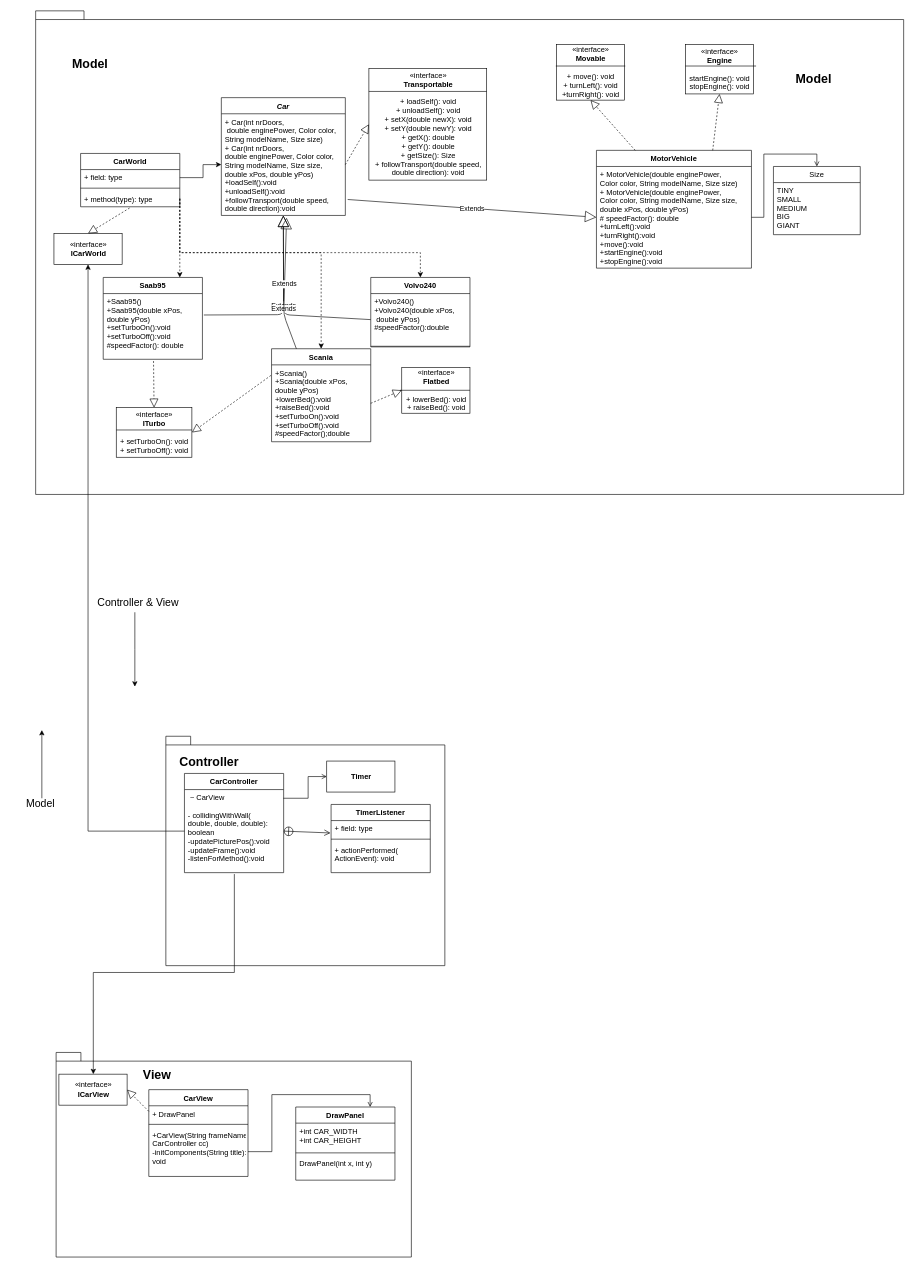
The draw.io diagram Labb2Nicer.drawio in FHanberg/Labb-2-Del-B, before the edit. Source tidied: cells renumbered, new cells numbered last; positions are measured from the earlier drawing's top-left corner, leaving out a move shared by most shapes. Both pictures are drawn from the tidied source at 62%, with x=0, y=0 at pixel (11, 11).
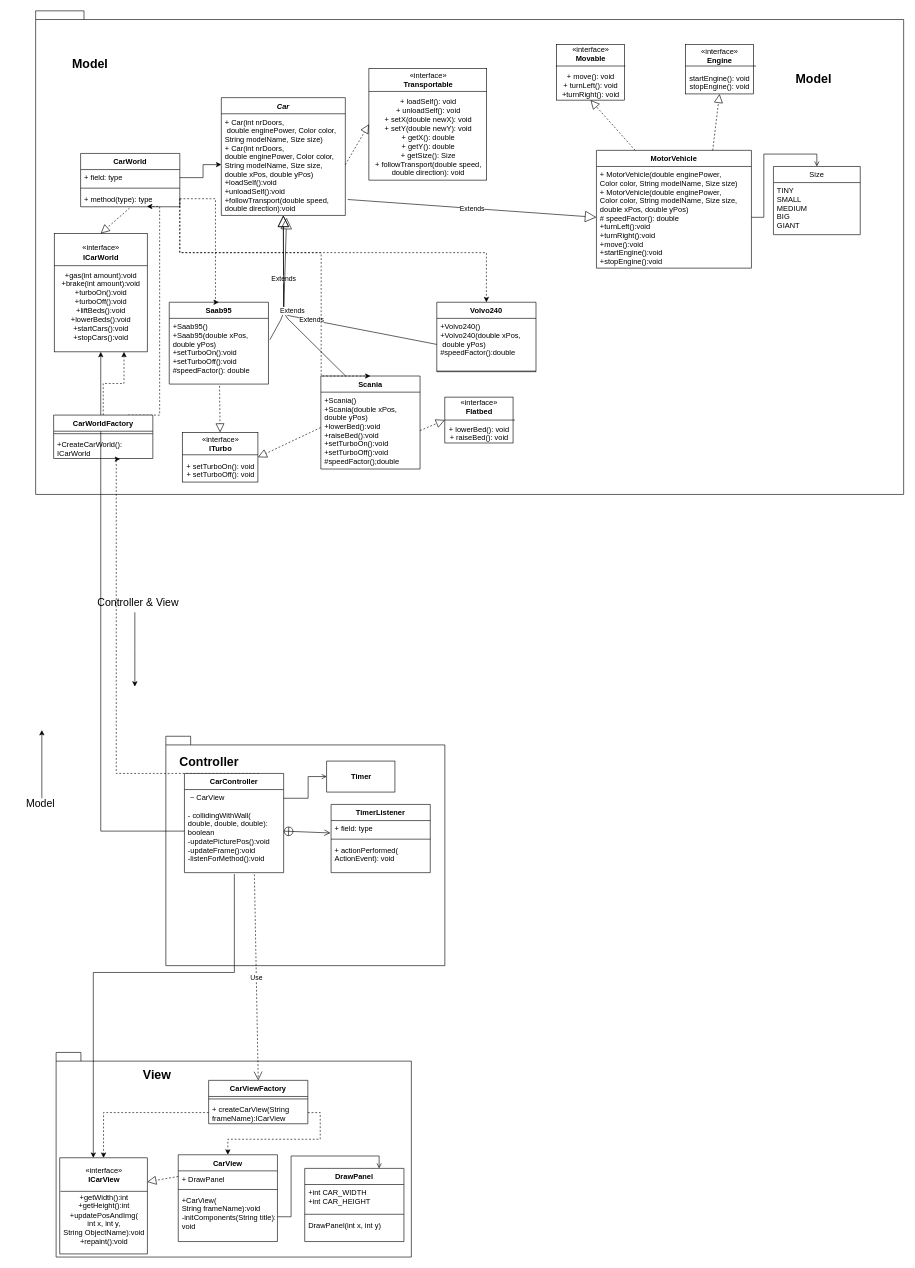
Above is the later version.

Unchanged cells that the change refers to:
```xml
<mxCell id="6" value="+ Car(int nrDoors,&#10; double enginePower, Color color, &#10;String modelName, Size size)&#10;+ Car(int nrDoors, &#10;double enginePower, Color color, &#10;String modelName, Size size,&#10;double xPos, double yPos)&#10;+loadSelf():void&#10;+unloadSelf():void&#10;+followTransport(double speed,&#10;double direction):void " style="text;strokeColor=none;fillColor=none;align=left;verticalAlign=top;spacingLeft=4;spacingRight=4;overflow=hidden;points=[[0,0.5],[1,0.5]];portConstraint=eastwest;" parent="5" vertex="1">
  <mxGeometry y="26" width="200" height="164" as="geometry" />
</mxCell>
<mxCell id="24" value="+Scania()&#10;+Scania(double xPos, &#10;double yPos)&#10;+lowerBed():void&#10;+raiseBed():void&#10;+setTurboOn():void&#10;+setTurboOff():void&#10;#speedFactor();double" style="text;strokeColor=none;fillColor=none;align=left;verticalAlign=top;spacingLeft=4;spacingRight=4;overflow=hidden;points=[[0,0.5],[1,0.5]];portConstraint=eastwest;" parent="23" vertex="1">
  <mxGeometry y="26" width="160" height="124" as="geometry" />
</mxCell>
<mxCell id="38" value="CarController" style="swimlane;fontStyle=1;align=center;verticalAlign=top;horizontal=1;startSize=26;" parent="1" vertex="1">
  <mxGeometry x="280" y="1230" width="160" height="160" as="geometry" />
</mxCell>
<mxCell id="39" value=" ~ CarView&#10;&#10;- collidingWithWall(&#10;double, double, double): &#10;boolean&#10;-updatePicturePos():void&#10;-updateFrame():void&#10;-listenForMethod():void" style="text;strokeColor=none;fillColor=none;align=left;verticalAlign=top;spacingLeft=4;spacingRight=4;overflow=hidden;points=[[0,0.5],[1,0.5]];portConstraint=eastwest;" parent="38" vertex="1">
  <mxGeometry y="26" width="160" height="134" as="geometry" />
</mxCell>
<mxCell id="56" value="+ method(type): type" style="text;strokeColor=none;fillColor=none;align=left;verticalAlign=top;spacingLeft=4;spacingRight=4;overflow=hidden;points=[[0,0.5],[1,0.5]];portConstraint=eastwest;" parent="53" vertex="1">
  <mxGeometry y="60" width="160" height="26" as="geometry" />
</mxCell>
```

Change to the diagram source:
```diff
@@
     <mxCell id="8" value="«interface»&lt;br&gt;&lt;b&gt;ITurbo&lt;/b&gt;&lt;br&gt;&lt;br&gt;+ setTurboOn(): void&lt;br&gt;+ setTurboOff(): void" style="html=1;" parent="1" vertex="1">
-      <mxGeometry x="170" y="640" width="122" height="80" as="geometry" />
+      <mxGeometry x="276.5" y="680" width="122" height="80" as="geometry" />
     </mxCell>
     <mxCell id="9" value="«interface»&lt;br&gt;&lt;b&gt;Flatbed&lt;/b&gt;&lt;br&gt;&lt;br&gt;+ lowerBed(): void&lt;br&gt;+ raiseBed(): void" style="html=1;" parent="1" vertex="1">
-      <mxGeometry x="630.5" y="575" width="110" height="74" as="geometry" />
+      <mxGeometry x="700" y="623" width="110" height="74" as="geometry" />
     </mxCell>
@@
     <mxCell id="16" value="Saab95" style="swimlane;fontStyle=1;align=center;verticalAlign=top;horizontal=1;startSize=26;" parent="1" vertex="1">
-      <mxGeometry x="149" y="430" width="160" height="132" as="geometry" />
+      <mxGeometry x="255.5" y="470" width="160" height="132" as="geometry" />
     </mxCell>
@@
     <mxCell id="20" value="Volvo240" style="swimlane;fontStyle=1;align=center;verticalAlign=top;horizontal=1;startSize=26;" parent="1" vertex="1">
-      <mxGeometry x="580.5" y="430" width="160" height="112" as="geometry" />
+      <mxGeometry x="687" y="470" width="160" height="112" as="geometry" />
     </mxCell>
@@
     <mxCell id="23" value="Scania" style="swimlane;fontStyle=1;align=center;verticalAlign=top;horizontal=1;startSize=26;" parent="1" vertex="1">
-      <mxGeometry x="420.5" y="545" width="160" height="150" as="geometry" />
+      <mxGeometry x="500" y="589" width="160" height="150" as="geometry" />
     </mxCell>
@@
     <mxCell id="26" value="Extends" style="endArrow=block;endSize=16;endFill=0;html=1;exitX=0.25;exitY=0;exitDx=0;exitDy=0;entryX=0.526;entryY=1.022;entryDx=0;entryDy=0;entryPerimeter=0;" parent="1" edge="1" source="23" target="6">
-      <mxGeometry relative="1" as="geometry">
+      <mxGeometry x="-0.01" y="-14" relative="1" as="geometry">
         <Array as="points">
           <mxPoint x="440" y="490" />
         </Array>
       </mxGeometry>
     </mxCell>
@@
-    <mxCell id="28" style="endArrow=block;dashed=1;endFill=0;endSize=12;html=1;entryX=1;entryY=0.5;entryDx=0;entryDy=0;" parent="1" edge="1" target="8">
-      <mxGeometry relative="1" as="geometry">
-        <mxPoint x="419.5" y="588" as="sourcePoint" />
-      </mxGeometry>
+    <mxCell id="28" style="endArrow=block;dashed=1;endFill=0;endSize=12;html=1;entryX=1;entryY=0.5;entryDx=0;entryDy=0;exitX=-0.003;exitY=0.461;exitDx=0;exitDy=0;exitPerimeter=0;" parent="1" edge="1" source="24" target="8">
+      <mxGeometry relative="1" as="geometry" />
     </mxCell>
@@
     <mxCell id="34" value="CarView" style="swimlane;fontStyle=1;align=center;verticalAlign=top;horizontal=1;startSize=26;" parent="1" vertex="1">
-      <mxGeometry x="222.5" y="1740" width="160" height="140" as="geometry" />
+      <mxGeometry x="270" y="1845" width="160" height="140" as="geometry" />
     </mxCell>
@@
-    <mxCell id="37" value="+CarView(String frameName,&#10;CarController cc)&#10;-initComponents(String title):&#10;void" style="text;strokeColor=none;fillColor=none;align=left;verticalAlign=top;spacingLeft=4;spacingRight=4;overflow=hidden;points=[[0,0.5],[1,0.5]];portConstraint=eastwest;" parent="34" vertex="1">
+    <mxCell id="37" value="+CarView(&#10;String frameName):void&#10;-initComponents(String title):&#10;void" style="text;strokeColor=none;fillColor=none;align=left;verticalAlign=top;spacingLeft=4;spacingRight=4;overflow=hidden;points=[[0,0.5],[1,0.5]];portConstraint=eastwest;" parent="34" vertex="1">
       <mxGeometry y="60" width="160" height="80" as="geometry" />
     </mxCell>
+    <mxCell id="79" style="edgeStyle=orthogonalEdgeStyle;rounded=0;jettySize=auto;html=1;exitX=0.75;exitY=0;exitDx=0;exitDy=0;dashed=1;entryX=0.67;entryY=1.028;entryDx=0;entryDy=0;entryPerimeter=0;" parent="1" edge="1" source="38" target="90">
+      <mxGeometry relative="1" as="geometry">
+        <Array as="points">
+          <mxPoint x="170" y="1230" />
+          <mxPoint x="170" y="723" />
+        </Array>
+      </mxGeometry>
+    </mxCell>
@@
     <mxCell id="41" value="DrawPanel" style="swimlane;fontStyle=1;align=center;verticalAlign=top;horizontal=1;startSize=26;" parent="1" vertex="1">
-      <mxGeometry x="459.5" y="1768" width="160" height="118" as="geometry" />
+      <mxGeometry x="474" y="1867" width="160" height="118" as="geometry" />
     </mxCell>
@@
-    <mxCell id="50" value="«interface»&lt;br&gt;&lt;b&gt;ICarView&lt;/b&gt;" style="html=1;" parent="1" vertex="1">
-      <mxGeometry x="77.5" y="1715" width="110" height="50" as="geometry" />
+    <mxCell id="50" value="«interface»&lt;br&gt;&lt;b&gt;ICarView&lt;br&gt;&lt;br&gt;&lt;/b&gt;+getWidth():int&lt;br&gt;+getHeight():int&lt;br&gt;+updatePosAndImg(&lt;br&gt;int x, int y, &lt;br&gt;String ObjectName):void&lt;br&gt;+repaint():void" style="html=1;" parent="1" vertex="1">
+      <mxGeometry x="79" y="1850" width="141" height="155" as="geometry" />
     </mxCell>
@@
-    <mxCell id="57" value="«interface»&lt;br&gt;&lt;b&gt;ICarWorld&lt;/b&gt;" style="html=1;" parent="1" vertex="1">
-      <mxGeometry x="69.5" y="359" width="110" height="50" as="geometry" />
+    <mxCell id="57" value="«interface»&lt;br&gt;&lt;b&gt;ICarWorld&lt;/b&gt;&lt;br&gt;&lt;br&gt;+gas(int amount):void&lt;br&gt;+brake(int amount):void&lt;br&gt;+turboOn():void&lt;br&gt;+turboOff():void&lt;br&gt;+liftBeds():void&lt;br&gt;+lowerBeds():void&lt;br&gt;+startCars():void&lt;br&gt;+stopCars():void" style="html=1;" parent="1" vertex="1">
+      <mxGeometry x="70" y="359" width="150" height="191" as="geometry" />
     </mxCell>
@@
-    <mxCell id="61" style="edgeStyle=orthogonalEdgeStyle;rounded=0;jettySize=auto;html=1;exitX=1;exitY=0.5;exitDx=0;exitDy=0;dashed=1;" parent="1" edge="1" source="56">
+    <mxCell id="61" style="edgeStyle=orthogonalEdgeStyle;rounded=0;jettySize=auto;html=1;exitX=1;exitY=0.5;exitDx=0;exitDy=0;dashed=1;entryX=0.5;entryY=0;entryDx=0;entryDy=0;" parent="1" edge="1" source="56" target="16">
       <mxGeometry relative="1" as="geometry">
-        <mxPoint x="272.5" y="430" as="targetPoint" />
         <Array as="points">
-          <mxPoint x="272.5" y="340" />
-          <mxPoint x="272.5" y="340" />
+          <mxPoint x="330" y="303" />
+          <mxPoint x="330" y="470" />
         </Array>
       </mxGeometry>
     </mxCell>
@@
-    <mxCell id="64" style="endArrow=block;dashed=1;endFill=0;endSize=12;html=1;entryX=1;entryY=0.5;entryDx=0;entryDy=0;exitX=0;exitY=0.25;exitDx=0;exitDy=0;" parent="1" edge="1" source="34" target="50">
+    <mxCell id="64" style="endArrow=block;dashed=1;endFill=0;endSize=12;html=1;entryX=1;entryY=0.25;entryDx=0;entryDy=0;exitX=0;exitY=0.25;exitDx=0;exitDy=0;" parent="1" edge="1" source="34" target="50">
       <mxGeometry relative="1" as="geometry" />
     </mxCell>
@@
     <mxCell id="72" style="line;strokeWidth=1;fillColor=none;align=left;verticalAlign=middle;spacingTop=-1;spacingLeft=3;spacingRight=3;labelPosition=right;fontSize=11;" parent="1" vertex="1">
-      <mxGeometry x="627.5" y="608" width="113" height="8" as="geometry" />
+      <mxGeometry x="700" y="656" width="113" height="8" as="geometry" />
     </mxCell>
     <mxCell id="73" style="line;strokeWidth=1;fillColor=none;align=left;verticalAlign=middle;spacingTop=-1;spacingLeft=3;spacingRight=3;labelPosition=right;fontSize=11;" parent="1" vertex="1">
-      <mxGeometry x="170" y="672" width="122" height="8" as="geometry" />
+      <mxGeometry x="276.5" y="712" width="122" height="8" as="geometry" />
     </mxCell>
@@
+    <mxCell id="80" style="line;strokeWidth=1;fillColor=none;align=left;verticalAlign=middle;spacingTop=-1;spacingLeft=3;spacingRight=3;labelPosition=right;" parent="1" vertex="1">
+      <mxGeometry x="70" y="407" width="150" height="8" as="geometry" />
+    </mxCell>
+    <mxCell id="81" style="line;strokeWidth=1;fillColor=none;align=left;verticalAlign=middle;spacingTop=-1;spacingLeft=3;spacingRight=3;labelPosition=right;" parent="1" vertex="1">
+      <mxGeometry x="80" y="1900" width="140" height="8" as="geometry" />
+    </mxCell>
+    <mxCell id="82" value="CarViewFactory" style="swimlane;fontStyle=1;align=center;verticalAlign=top;horizontal=1;startSize=26;" parent="1" vertex="1">
+      <mxGeometry x="319" y="1725" width="160" height="70" as="geometry" />
+    </mxCell>
+    <mxCell id="83" style="line;strokeWidth=1;fillColor=none;align=left;verticalAlign=middle;spacingTop=-1;spacingLeft=3;spacingRight=3;labelPosition=right;" parent="82" vertex="1">
+      <mxGeometry y="26" width="160" height="8" as="geometry" />
+    </mxCell>
+    <mxCell id="84" value="+ createCarView(String&#10;frameName):ICarView" style="text;strokeColor=none;fillColor=none;align=left;verticalAlign=top;spacingLeft=4;spacingRight=4;overflow=hidden;points=[[0,0.5],[1,0.5]];portConstraint=eastwest;" parent="82" vertex="1">
+      <mxGeometry y="34" width="160" height="36" as="geometry" />
+    </mxCell>
+    <mxCell id="85" value="Use" style="endArrow=open;endSize=12;dashed=1;html=1;exitX=0.705;exitY=1.022;exitDx=0;exitDy=0;exitPerimeter=0;entryX=0.5;entryY=0;entryDx=0;entryDy=0;" parent="1" edge="1" source="39" target="82">
+      <mxGeometry relative="1" as="geometry" />
+    </mxCell>
+    <mxCell id="86" style="edgeStyle=orthogonalEdgeStyle;rounded=0;jettySize=auto;html=1;exitX=0.5;exitY=0;exitDx=0;exitDy=0;entryX=0.75;entryY=1;entryDx=0;entryDy=0;dashed=1;" parent="1" edge="1" source="88" target="57">
+      <mxGeometry relative="1" as="geometry" />
+    </mxCell>
+    <mxCell id="87" style="edgeStyle=orthogonalEdgeStyle;rounded=0;jettySize=auto;html=1;exitX=0.75;exitY=0;exitDx=0;exitDy=0;dashed=1;entryX=0.669;entryY=0.981;entryDx=0;entryDy=0;entryPerimeter=0;" parent="1" edge="1" source="88" target="56">
+      <mxGeometry relative="1" as="geometry">
+        <Array as="points">
+          <mxPoint x="240" y="652" />
+          <mxPoint x="240" y="316" />
+        </Array>
+      </mxGeometry>
+    </mxCell>
+    <mxCell id="88" value="CarWorldFactory" style="swimlane;fontStyle=1;align=center;verticalAlign=top;horizontal=1;startSize=26;" parent="1" vertex="1">
+      <mxGeometry x="69" y="652" width="160" height="70" as="geometry" />
+    </mxCell>
+    <mxCell id="89" style="line;strokeWidth=1;fillColor=none;align=left;verticalAlign=middle;spacingTop=-1;spacingLeft=3;spacingRight=3;labelPosition=right;" parent="88" vertex="1">
+      <mxGeometry y="26" width="160" height="8" as="geometry" />
+    </mxCell>
+    <mxCell id="90" value="+CreateCarWorld():&#10;ICarWorld" style="text;strokeColor=none;fillColor=none;align=left;verticalAlign=top;spacingLeft=4;spacingRight=4;overflow=hidden;points=[[0,0.5],[1,0.5]];portConstraint=eastwest;" parent="88" vertex="1">
+      <mxGeometry y="34" width="160" height="36" as="geometry" />
+    </mxCell>
+    <mxCell id="91" style="edgeStyle=orthogonalEdgeStyle;rounded=0;jettySize=auto;html=1;exitX=0;exitY=0.5;exitDx=0;exitDy=0;dashed=1;" parent="1" edge="1" source="84" target="50">
+      <mxGeometry relative="1" as="geometry" />
+    </mxCell>
+    <mxCell id="92" style="edgeStyle=orthogonalEdgeStyle;rounded=0;jettySize=auto;html=1;exitX=1;exitY=0.5;exitDx=0;exitDy=0;dashed=1;" parent="1" edge="1" source="84" target="34">
+      <mxGeometry relative="1" as="geometry" />
+    </mxCell>
```
